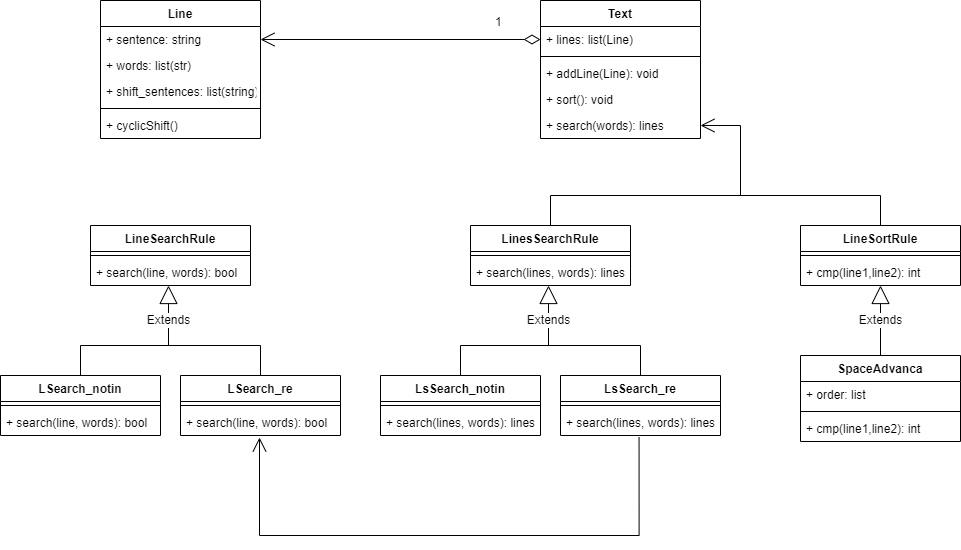
Earlier version of the draw.io export Untitled Diagram.drawio.png (changzhenxuan/kwic). Source tidied: cells renumbered, new cells last; positions are measured from the earlier drawing's top-left corner, leaving out a move shared by most shapes.
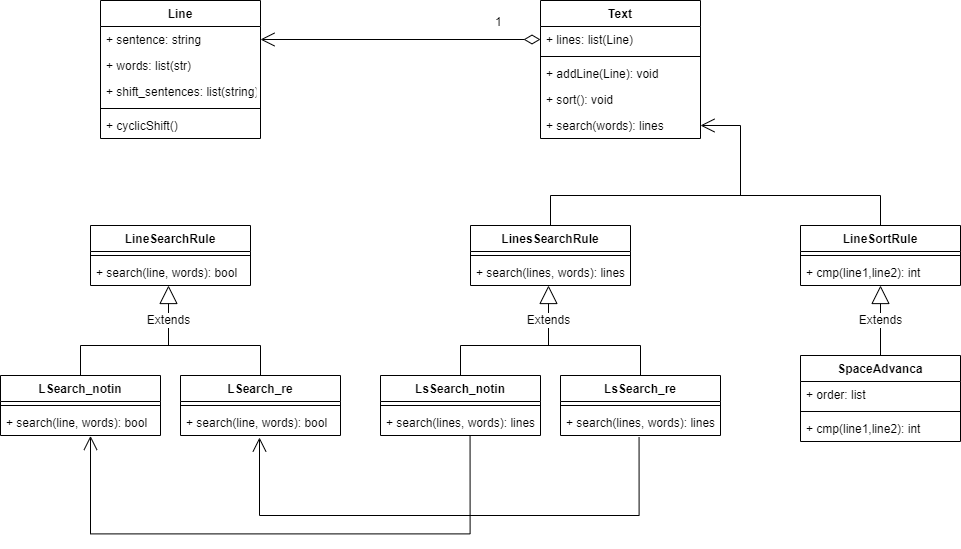
After the commit.

Diff of the diagram source:
```diff
@@ -144,8 +144,8 @@
       <mxGeometry relative="1" as="geometry">
         <mxPoint x="259" y="437" as="targetPoint" />
         <Array as="points">
-          <mxPoint x="639" y="535" />
-          <mxPoint x="259" y="535" />
+          <mxPoint x="639" y="515" />
+          <mxPoint x="259" y="515" />
         </Array>
       </mxGeometry>
     </mxCell>
@@ -190,5 +190,15 @@
         <mxPoint x="880" y="355" as="sourcePoint" />
       </mxGeometry>
     </mxCell>
+    <mxCell id="51" style="endArrow=open;endFill=1;endSize=12;html=1;rounded=0;edgeStyle=orthogonalEdgeStyle;exitX=0.491;exitY=1.062;exitDx=0;exitDy=0;exitPerimeter=0;" parent="1" edge="1">
+      <mxGeometry relative="1" as="geometry">
+        <mxPoint x="469.6" y="435" as="sourcePoint" />
+        <mxPoint x="90" y="435.4" as="targetPoint" />
+        <Array as="points">
+          <mxPoint x="470" y="533.4" />
+          <mxPoint x="90" y="533.4" />
+        </Array>
+      </mxGeometry>
+    </mxCell>
   </root>
 </mxGraphModel>
```
